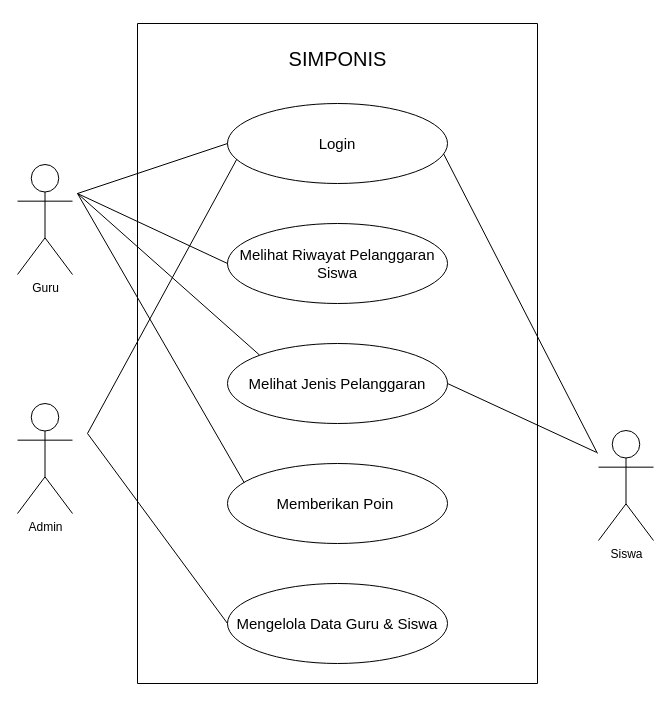
This is use-case-simponis.drawio from sastafelishaa/sinponis, a draw.io file, before an edit. Source tidied: cells renumbered, new cells numbered last; positions are measured from the earlier drawing's top-left corner, leaving out a move shared by most shapes. Both pictures are drawn from the tidied source at 100%, with x=0, y=0 at pixel (17, 23).
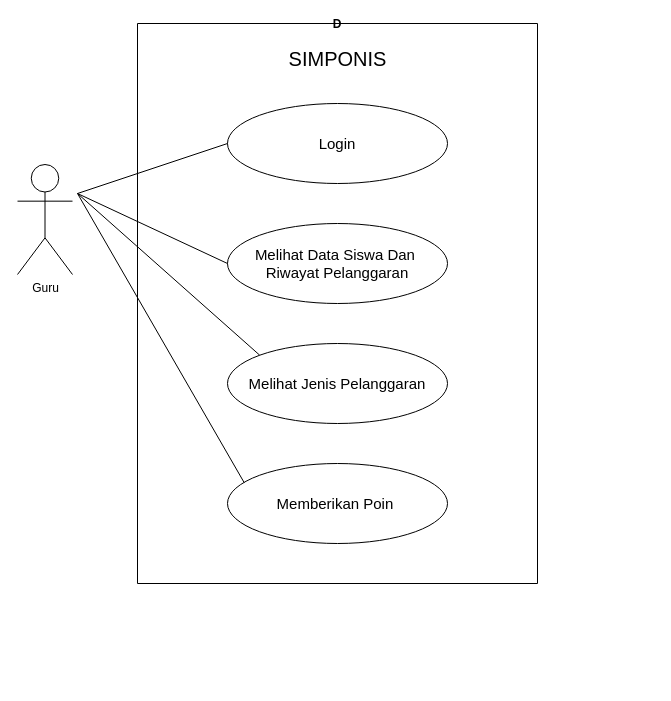
Above is the later version.

Unchanged cells that the change refers to:
```xml
<mxCell id="4" value="&lt;font style=&quot;font-size: 15px;&quot;&gt;Login&lt;/font&gt;" style="ellipse;whiteSpace=wrap;html=1;" parent="2" vertex="1">
  <mxGeometry x="90" y="80" width="220" height="80" as="geometry" />
</mxCell>
<mxCell id="6" value="&lt;span style=&quot;font-size: 15px;&quot;&gt;Melihat Jenis Pelanggaran&lt;/span&gt;" style="ellipse;whiteSpace=wrap;html=1;" parent="2" vertex="1">
  <mxGeometry x="90" y="320" width="220" height="80" as="geometry" />
</mxCell>
```

What changed in the source:
```diff
@@
-    <mxCell id="2" style="swimlane;startSize=0;" parent="1" vertex="1">
-      <mxGeometry x="120" width="400" height="660" as="geometry" />
+    <mxCell id="2" value="D" style="swimlane;startSize=0;" parent="1" vertex="1">
+      <mxGeometry x="120" width="400" height="560" as="geometry" />
     </mxCell>
@@
-    <mxCell id="5" value="&lt;span style=&quot;font-size: 15px;&quot;&gt;Melihat Riwayat Pelanggaran Siswa&lt;/span&gt;" style="ellipse;whiteSpace=wrap;html=1;" parent="2" vertex="1">
+    <mxCell id="5" value="&lt;span style=&quot;font-size: 15px;&quot;&gt;Melihat Data Siswa Dan&amp;nbsp; Riwayat Pelanggaran&lt;/span&gt;" style="ellipse;whiteSpace=wrap;html=1;" parent="2" vertex="1">
       <mxGeometry x="90" y="200" width="220" height="80" as="geometry" />
     </mxCell>
@@
-    <mxCell id="7" value="&lt;span style=&quot;font-size: 15px;&quot;&gt;Mengelola Data Guru &amp;amp; Siswa&lt;/span&gt;" style="ellipse;whiteSpace=wrap;html=1;" parent="2" vertex="1">
-      <mxGeometry x="90" y="560" width="220" height="80" as="geometry" />
-    </mxCell>
@@
-    <mxCell id="11" value="Admin" style="shape=umlActor;verticalLabelPosition=bottom;verticalAlign=top;html=1;" parent="1" vertex="1">
-      <mxGeometry y="380" width="55" height="110" as="geometry" />
-    </mxCell>
-    <mxCell id="12" value="Siswa" style="shape=umlActor;verticalLabelPosition=bottom;verticalAlign=top;html=1;" parent="1" vertex="1">
-      <mxGeometry x="581" y="407" width="55" height="110" as="geometry" />
-    </mxCell>
@@
-    <mxCell id="14" style="endArrow=none;html=1;rounded=0;exitX=0.983;exitY=0.633;exitDx=0;exitDy=0;exitPerimeter=0;" parent="1" edge="1" source="4">
-      <mxGeometry relative="1" as="geometry">
-        <mxPoint x="580" y="430" as="targetPoint" />
-      </mxGeometry>
-    </mxCell>
@@
-    <mxCell id="16" style="endArrow=none;html=1;rounded=0;exitX=1;exitY=0.5;exitDx=0;exitDy=0;" parent="1" edge="1" source="6">
-      <mxGeometry relative="1" as="geometry">
-        <mxPoint x="579" y="428.9" as="targetPoint" />
-      </mxGeometry>
-    </mxCell>
@@
-    <mxCell id="18" style="endArrow=none;html=1;rounded=0;entryX=0.042;entryY=0.698;entryDx=0;entryDy=0;entryPerimeter=0;" parent="1" edge="1" target="4">
-      <mxGeometry relative="1" as="geometry">
-        <mxPoint x="70" y="410" as="sourcePoint" />
-      </mxGeometry>
-    </mxCell>
-    <mxCell id="19" style="endArrow=none;html=1;rounded=0;entryX=0;entryY=0.5;entryDx=0;entryDy=0;" parent="1" edge="1" target="7">
-      <mxGeometry relative="1" as="geometry">
-        <mxPoint x="70" y="410" as="sourcePoint" />
-      </mxGeometry>
-    </mxCell>
```
